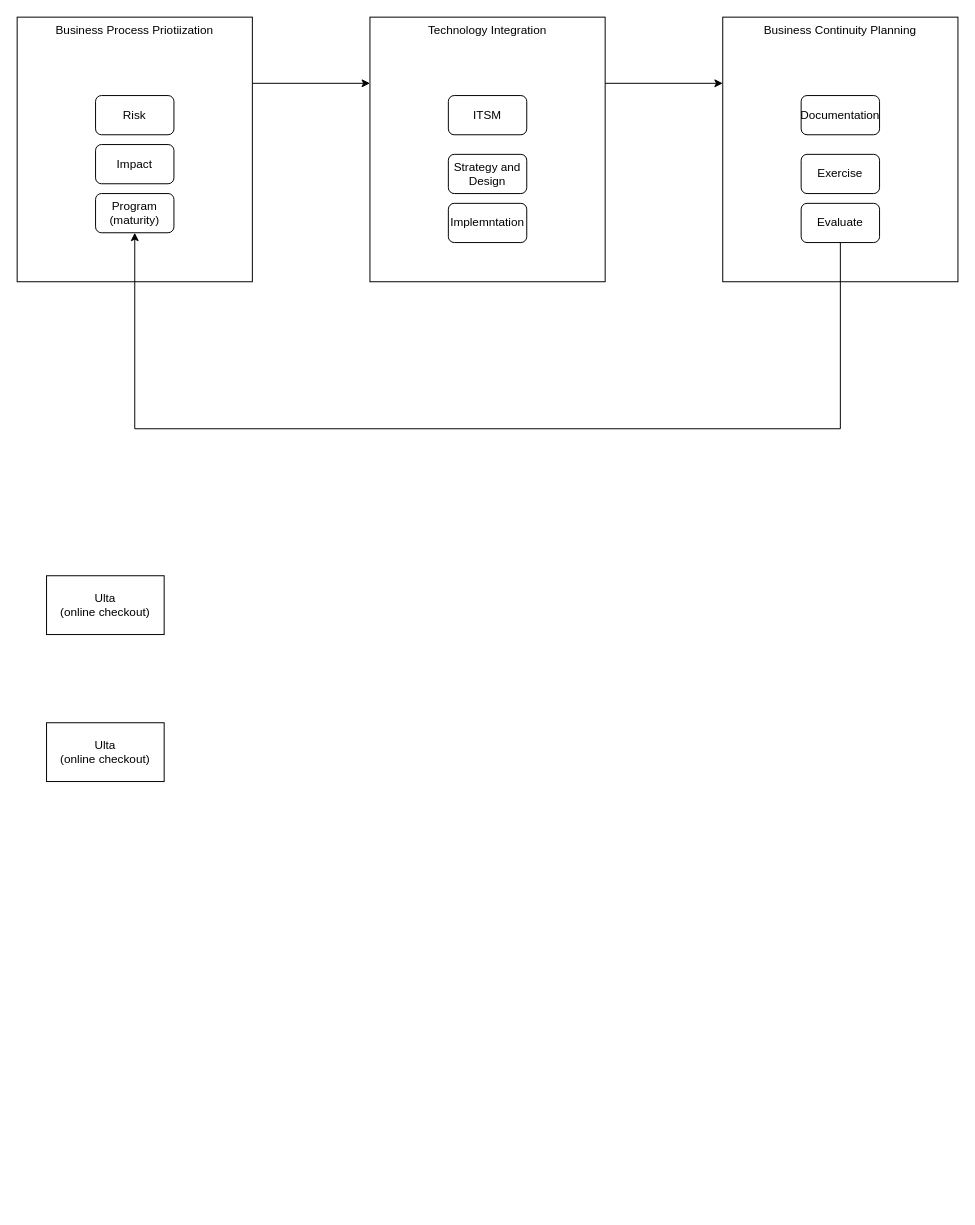
The draw.io diagram page "BCPM" (19 of 19) of disaster-recovery.drawio in bpayt2/temp, before the edit. Source tidied: cells renumbered, new cells numbered last; positions are measured from the earlier drawing's top-left corner, leaving out a move shared by most shapes. Both pictures are drawn from the tidied source at 98%, with x=0, y=0 at pixel (17, 17).
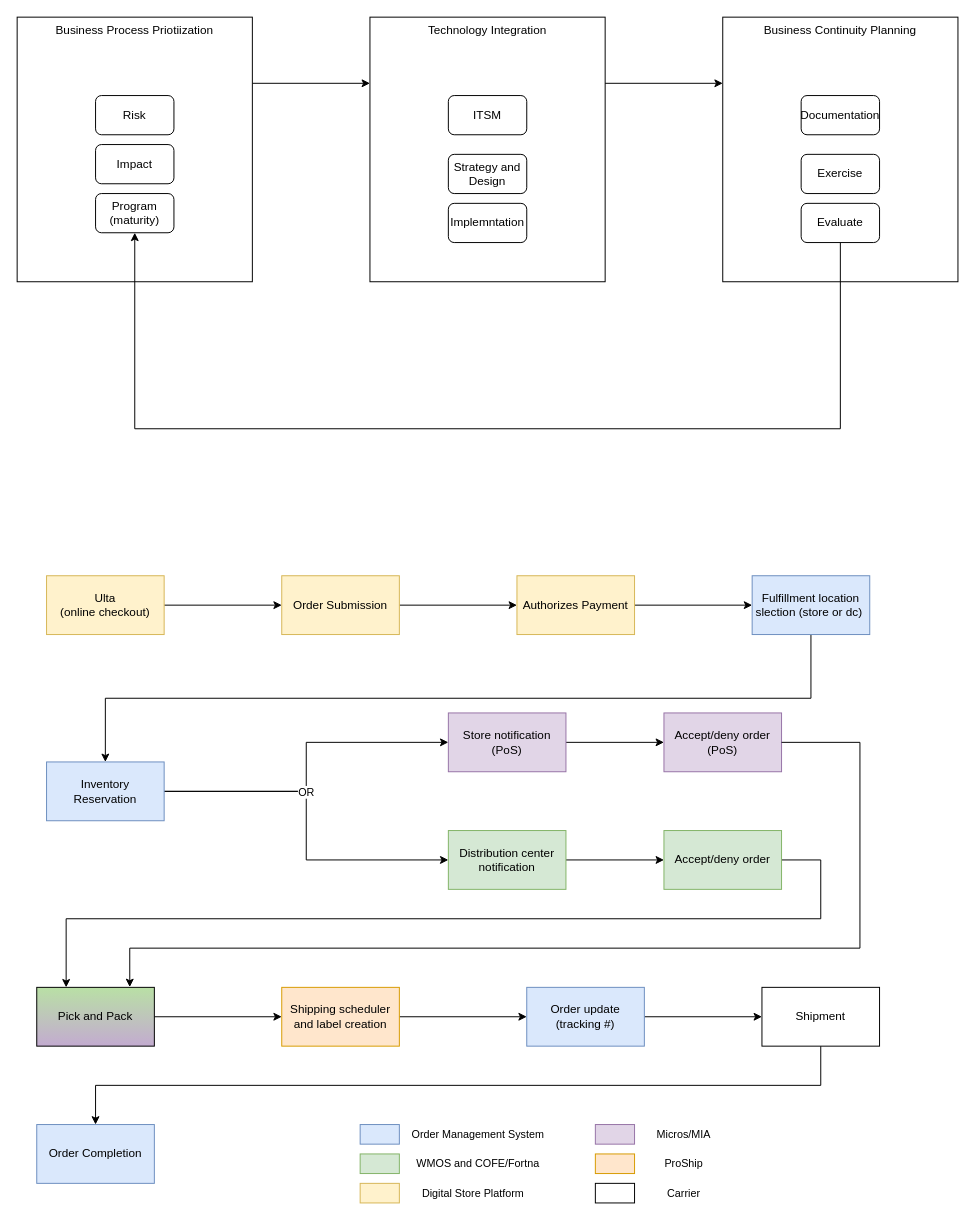
The same diagram, later.

Change to the diagram source:
```diff
@@
+    <mxCell id="19" style="edgeStyle=orthogonalEdgeStyle;rounded=0;jettySize=auto;html=1;exitX=1;exitY=0.5;exitDx=0;exitDy=0;entryX=0;entryY=0.5;entryDx=0;entryDy=0;" parent="1" edge="1" source="17" target="21">
+      <mxGeometry relative="1" as="geometry" />
+    </mxCell>
-    <mxCell id="17" value="Ulta&lt;br&gt;(online checkout)" style="rounded=0;whiteSpace=wrap;html=1;" parent="1" vertex="1">
+    <mxCell id="17" value="Ulta&lt;br&gt;(online checkout)" style="rounded=0;whiteSpace=wrap;html=1;fillColor=#fff2cc;strokeColor=#d6b656;" parent="1" vertex="1">
       <mxGeometry x="30" y="570" width="120" height="60" as="geometry" />
     </mxCell>
-    <mxCell id="18" value="Ulta&lt;br&gt;(online checkout)" style="rounded=0;whiteSpace=wrap;html=1;" parent="1" vertex="1">
-      <mxGeometry x="30" y="720" width="120" height="60" as="geometry" />
-    </mxCell>
+    <mxCell id="20" style="edgeStyle=orthogonalEdgeStyle;rounded=0;jettySize=auto;html=1;exitX=1;exitY=0.5;exitDx=0;exitDy=0;entryX=0;entryY=0.5;entryDx=0;entryDy=0;" parent="1" edge="1" source="21" target="23">
+      <mxGeometry relative="1" as="geometry" />
+    </mxCell>
+    <mxCell id="21" value="Order Submission" style="rounded=0;whiteSpace=wrap;html=1;fillColor=#fff2cc;strokeColor=#d6b656;" parent="1" vertex="1">
+      <mxGeometry x="270" y="570" width="120" height="60" as="geometry" />
+    </mxCell>
+    <mxCell id="22" style="edgeStyle=orthogonalEdgeStyle;rounded=0;jettySize=auto;html=1;exitX=1;exitY=0.5;exitDx=0;exitDy=0;entryX=0;entryY=0.5;entryDx=0;entryDy=0;" parent="1" edge="1" source="23" target="40">
+      <mxGeometry relative="1" as="geometry" />
+    </mxCell>
+    <mxCell id="23" value="Authorizes Payment" style="rounded=0;whiteSpace=wrap;html=1;fillColor=#fff2cc;strokeColor=#d6b656;" parent="1" vertex="1">
+      <mxGeometry x="510" y="570" width="120" height="60" as="geometry" />
+    </mxCell>
+    <mxCell id="24" style="edgeStyle=orthogonalEdgeStyle;rounded=0;jettySize=auto;html=1;exitX=1;exitY=0.5;exitDx=0;exitDy=0;entryX=0;entryY=0.5;entryDx=0;entryDy=0;" parent="1" edge="1" source="27" target="29">
+      <mxGeometry relative="1" as="geometry" />
+    </mxCell>
+    <mxCell id="25" style="edgeStyle=orthogonalEdgeStyle;rounded=0;jettySize=auto;html=1;exitX=1;exitY=0.5;exitDx=0;exitDy=0;entryX=0;entryY=0.5;entryDx=0;entryDy=0;" parent="1" edge="1" source="27" target="42">
+      <mxGeometry relative="1" as="geometry" />
+    </mxCell>
+    <mxCell id="26" value="OR" style="edgeLabel;html=1;align=center;verticalAlign=middle;" parent="25" vertex="1">
+      <mxGeometry x="-0.42" y="-2" relative="1" as="geometry">
+        <mxPoint x="40" y="-2" as="offset" />
+      </mxGeometry>
+    </mxCell>
+    <mxCell id="27" value="Inventory &lt;br&gt;Reservation" style="rounded=0;whiteSpace=wrap;html=1;fillColor=#dae8fc;strokeColor=#6c8ebf;" parent="1" vertex="1">
+      <mxGeometry x="30" y="760" width="120" height="60" as="geometry" />
+    </mxCell>
+    <mxCell id="28" style="edgeStyle=orthogonalEdgeStyle;rounded=0;jettySize=auto;html=1;exitX=1;exitY=0.5;exitDx=0;exitDy=0;entryX=0;entryY=0.5;entryDx=0;entryDy=0;" parent="1" edge="1" source="29" target="30">
+      <mxGeometry relative="1" as="geometry" />
+    </mxCell>
+    <mxCell id="29" value="Store notification&lt;br&gt;(PoS)" style="rounded=0;whiteSpace=wrap;html=1;fillColor=#e1d5e7;strokeColor=#9673a6;" parent="1" vertex="1">
+      <mxGeometry x="440" y="710" width="120" height="60" as="geometry" />
+    </mxCell>
+    <mxCell id="30" value="Accept/deny order &lt;br&gt;(PoS)" style="rounded=0;whiteSpace=wrap;html=1;fillColor=#e1d5e7;strokeColor=#9673a6;" parent="1" vertex="1">
+      <mxGeometry x="660" y="710" width="120" height="60" as="geometry" />
+    </mxCell>
+    <mxCell id="31" style="edgeStyle=orthogonalEdgeStyle;rounded=0;jettySize=auto;html=1;exitX=1;exitY=0.5;exitDx=0;exitDy=0;" parent="1" edge="1" source="32" target="34">
+      <mxGeometry relative="1" as="geometry" />
+    </mxCell>
+    <mxCell id="32" value="Pick and Pack" style="rounded=0;whiteSpace=wrap;html=1;gradientColor=#C3ABD0;fillColor=#B9E0A5;" parent="1" vertex="1">
+      <mxGeometry x="20" y="990" width="120" height="60" as="geometry" />
+    </mxCell>
+    <mxCell id="33" style="edgeStyle=orthogonalEdgeStyle;rounded=0;jettySize=auto;html=1;exitX=1;exitY=0.5;exitDx=0;exitDy=0;" parent="1" edge="1" source="34" target="36">
+      <mxGeometry relative="1" as="geometry" />
+    </mxCell>
+    <mxCell id="34" value="Shipping scheduler and label creation" style="rounded=0;whiteSpace=wrap;html=1;fillColor=#ffe6cc;strokeColor=#d79b00;" parent="1" vertex="1">
+      <mxGeometry x="270" y="990" width="120" height="60" as="geometry" />
+    </mxCell>
+    <mxCell id="35" style="edgeStyle=orthogonalEdgeStyle;rounded=0;jettySize=auto;html=1;exitX=1;exitY=0.5;exitDx=0;exitDy=0;entryX=0;entryY=0.5;entryDx=0;entryDy=0;" parent="1" edge="1" source="36" target="38">
+      <mxGeometry relative="1" as="geometry" />
+    </mxCell>
+    <mxCell id="36" value="Order update &lt;br&gt;(tracking #)" style="rounded=0;whiteSpace=wrap;html=1;fillColor=#dae8fc;strokeColor=#6c8ebf;" parent="1" vertex="1">
+      <mxGeometry x="520" y="990" width="120" height="60" as="geometry" />
+    </mxCell>
+    <mxCell id="37" style="edgeStyle=orthogonalEdgeStyle;rounded=0;jettySize=auto;html=1;exitX=0.5;exitY=1;exitDx=0;exitDy=0;entryX=0.5;entryY=0;entryDx=0;entryDy=0;" parent="1" edge="1" source="38" target="46">
+      <mxGeometry relative="1" as="geometry" />
+    </mxCell>
+    <mxCell id="38" value="Shipment" style="rounded=0;whiteSpace=wrap;html=1;" parent="1" vertex="1">
+      <mxGeometry x="760" y="990" width="120" height="60" as="geometry" />
+    </mxCell>
+    <mxCell id="39" style="edgeStyle=orthogonalEdgeStyle;rounded=0;jettySize=auto;html=1;exitX=0.5;exitY=1;exitDx=0;exitDy=0;entryX=0.5;entryY=0;entryDx=0;entryDy=0;" parent="1" edge="1" source="40" target="27">
+      <mxGeometry relative="1" as="geometry" />
+    </mxCell>
+    <mxCell id="40" value="Fulfillment location slection (store or dc)&amp;nbsp;" style="rounded=0;whiteSpace=wrap;html=1;fillColor=#dae8fc;strokeColor=#6c8ebf;" parent="1" vertex="1">
+      <mxGeometry x="750" y="570" width="120" height="60" as="geometry" />
+    </mxCell>
+    <mxCell id="41" style="edgeStyle=orthogonalEdgeStyle;rounded=0;jettySize=auto;html=1;exitX=1;exitY=0.5;exitDx=0;exitDy=0;entryX=0;entryY=0.5;entryDx=0;entryDy=0;" parent="1" edge="1" source="42" target="44">
+      <mxGeometry relative="1" as="geometry" />
+    </mxCell>
+    <mxCell id="42" value="Distribution center notification" style="rounded=0;whiteSpace=wrap;html=1;fillColor=#d5e8d4;strokeColor=#82b366;" parent="1" vertex="1">
+      <mxGeometry x="440" y="830" width="120" height="60" as="geometry" />
+    </mxCell>
+    <mxCell id="43" style="edgeStyle=orthogonalEdgeStyle;rounded=0;jettySize=auto;html=1;exitX=1;exitY=0.5;exitDx=0;exitDy=0;entryX=0.25;entryY=0;entryDx=0;entryDy=0;" parent="1" edge="1" source="44" target="32">
+      <mxGeometry relative="1" as="geometry">
+        <Array as="points">
+          <mxPoint x="820" y="860" />
+          <mxPoint x="820" y="920" />
+          <mxPoint x="50" y="920" />
+        </Array>
+      </mxGeometry>
+    </mxCell>
+    <mxCell id="44" value="Accept/deny order" style="rounded=0;whiteSpace=wrap;html=1;fillColor=#d5e8d4;strokeColor=#82b366;" parent="1" vertex="1">
+      <mxGeometry x="660" y="830" width="120" height="60" as="geometry" />
+    </mxCell>
+    <mxCell id="45" style="edgeStyle=orthogonalEdgeStyle;rounded=0;jettySize=auto;html=1;exitX=1;exitY=0.5;exitDx=0;exitDy=0;entryX=0.791;entryY=-0.005;entryDx=0;entryDy=0;entryPerimeter=0;" parent="1" edge="1" source="30" target="32">
+      <mxGeometry relative="1" as="geometry">
+        <Array as="points">
+          <mxPoint x="860" y="740" />
+          <mxPoint x="860" y="950" />
+          <mxPoint x="115" y="950" />
+        </Array>
+      </mxGeometry>
+    </mxCell>
+    <mxCell id="46" value="Order Completion" style="rounded=0;whiteSpace=wrap;html=1;fillColor=#dae8fc;strokeColor=#6c8ebf;" parent="1" vertex="1">
+      <mxGeometry x="20" y="1130" width="120" height="60" as="geometry" />
+    </mxCell>
+    <mxCell id="47" style="rounded=0;whiteSpace=wrap;html=1;fillColor=#dae8fc;strokeColor=#6c8ebf;" parent="1" vertex="1">
+      <mxGeometry x="350" y="1130" width="40" height="20" as="geometry" />
+    </mxCell>
+    <mxCell id="48" style="rounded=0;whiteSpace=wrap;html=1;fillColor=#d5e8d4;strokeColor=#82b366;" parent="1" vertex="1">
+      <mxGeometry x="350" y="1160" width="40" height="20" as="geometry" />
+    </mxCell>
+    <mxCell id="49" style="rounded=0;whiteSpace=wrap;html=1;fillColor=#fff2cc;strokeColor=#d6b656;" parent="1" vertex="1">
+      <mxGeometry x="350" y="1190" width="40" height="20" as="geometry" />
+    </mxCell>
+    <mxCell id="50" style="rounded=0;whiteSpace=wrap;html=1;fillColor=#e1d5e7;strokeColor=#9673a6;" parent="1" vertex="1">
+      <mxGeometry x="590" y="1130" width="40" height="20" as="geometry" />
+    </mxCell>
+    <mxCell id="51" style="rounded=0;whiteSpace=wrap;html=1;fillColor=#ffe6cc;strokeColor=#d79b00;" parent="1" vertex="1">
+      <mxGeometry x="590" y="1160" width="40" height="20" as="geometry" />
+    </mxCell>
+    <mxCell id="52" style="rounded=0;whiteSpace=wrap;html=1;" parent="1" vertex="1">
+      <mxGeometry x="590" y="1190" width="40" height="20" as="geometry" />
+    </mxCell>
+    <mxCell id="53" value="&lt;font style=&quot;font-size: 11px;&quot;&gt;Order Management System&lt;/font&gt;" style="text;html=1;align=center;verticalAlign=middle;strokeColor=none;fillColor=none;" parent="1" vertex="1">
+      <mxGeometry x="390" y="1125" width="160" height="30" as="geometry" />
+    </mxCell>
+    <mxCell id="54" value="&lt;font style=&quot;font-size: 11px;&quot;&gt;WMOS and COFE/Fortna&lt;/font&gt;" style="text;html=1;align=center;verticalAlign=middle;strokeColor=none;fillColor=none;" parent="1" vertex="1">
+      <mxGeometry x="395" y="1155" width="150" height="30" as="geometry" />
+    </mxCell>
+    <mxCell id="55" value="&lt;font style=&quot;font-size: 11px;&quot;&gt;Digital Store Platform&lt;/font&gt;" style="text;html=1;align=center;verticalAlign=middle;strokeColor=none;fillColor=none;" parent="1" vertex="1">
+      <mxGeometry x="400" y="1185" width="130" height="30" as="geometry" />
+    </mxCell>
+    <mxCell id="56" value="&lt;font style=&quot;font-size: 11px;&quot;&gt;Micros/MIA&lt;/font&gt;" style="text;html=1;align=center;verticalAlign=middle;strokeColor=none;fillColor=none;" parent="1" vertex="1">
+      <mxGeometry x="640" y="1125" width="80" height="30" as="geometry" />
+    </mxCell>
+    <mxCell id="57" value="&lt;font style=&quot;font-size: 11px;&quot;&gt;ProShip&lt;/font&gt;" style="text;html=1;align=center;verticalAlign=middle;strokeColor=none;fillColor=none;" parent="1" vertex="1">
+      <mxGeometry x="650" y="1155" width="60" height="30" as="geometry" />
+    </mxCell>
+    <mxCell id="58" value="&lt;font style=&quot;font-size: 11px;&quot;&gt;Carrier&lt;/font&gt;" style="text;html=1;align=center;verticalAlign=middle;strokeColor=none;fillColor=none;" parent="1" vertex="1">
+      <mxGeometry x="650" y="1185" width="60" height="30" as="geometry" />
+    </mxCell>
```
